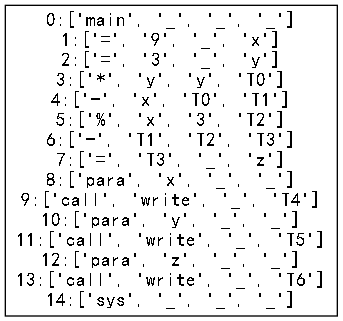
Earlier version of the Graphviz export Basic_Block/basic_block.gv.png (hutao99/compiler). Its source is kept beside it as Basic_Block/basic_block.gv.
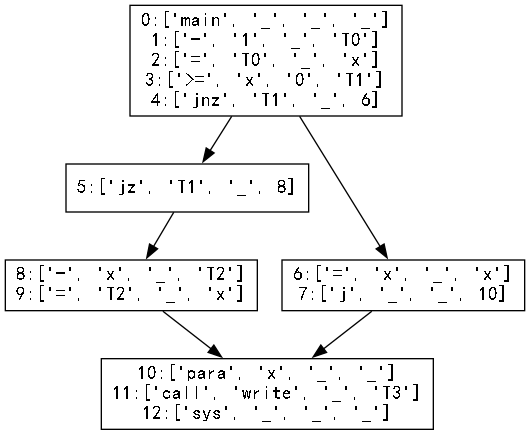
Above is the later version.

The edit, as a diff of the source:
```diff
@@ -1,18 +1,25 @@
 digraph "./Basic_Block/basic_block" {
 	0 [label="0:['main', '_', '_', '_']
-1:['=', '9', '_', 'x']
-2:['=', '3', '_', 'y']
-3:['*', 'y', 'y', 'T0']
-4:['-', 'x', 'T0', 'T1']
-5:['%', 'x', '3', 'T2']
-6:['-', 'T1', 'T2', 'T3']
-7:['=', 'T3', '_', 'z']
-8:['para', 'x', '_', '_']
-9:['call', 'write', '_', 'T4']
-10:['para', 'y', '_', '_']
-11:['call', 'write', '_', 'T5']
-12:['para', 'z', '_', '_']
-13:['call', 'write', '_', 'T6']
-14:['sys', '_', '_', '_']
+1:['-', '1', '_', 'T0']
+2:['=', 'T0', '_', 'x']
+3:['>=', 'x', '0', 'T1']
+4:['jnz', 'T1', '_', 6]
 " fontname=SimHei shape=rectangle]
+	1 [label="5:['jz', 'T1', '_', 8]
+" fontname=SimHei shape=rectangle]
+	2 [label="6:['=', 'x', '_', 'x']
+7:['j', '_', '_', 10]
+" fontname=SimHei shape=rectangle]
+	3 [label="8:['-', 'x', '_', 'T2']
+9:['=', 'T2', '_', 'x']
+" fontname=SimHei shape=rectangle]
+	4 [label="10:['para', 'x', '_', '_']
+11:['call', 'write', '_', 'T3']
+12:['sys', '_', '_', '_']
+" fontname=SimHei shape=rectangle]
+	0 -> 2
+	0 -> 1
+	1 -> 3
+	2 -> 4
+	3 -> 4
 }
```
